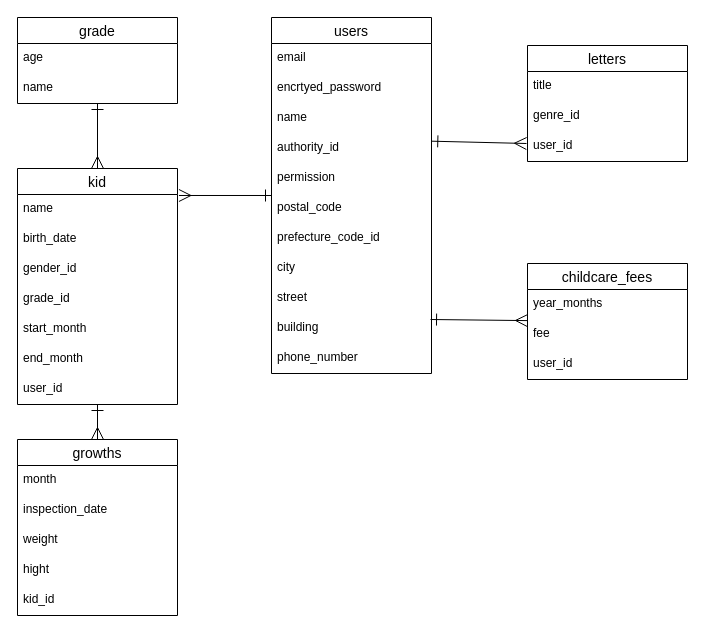
Earlier version of the draw.io diagram ER.dio (moe20200404/tsumiki-note). Source tidied: cells renumbered, new cells numbered last; positions are measured from the earlier drawing's top-left corner, leaving out a move shared by most shapes. Both pictures are drawn from the tidied source at 100%, with x=0, y=0 at pixel (17, 17).
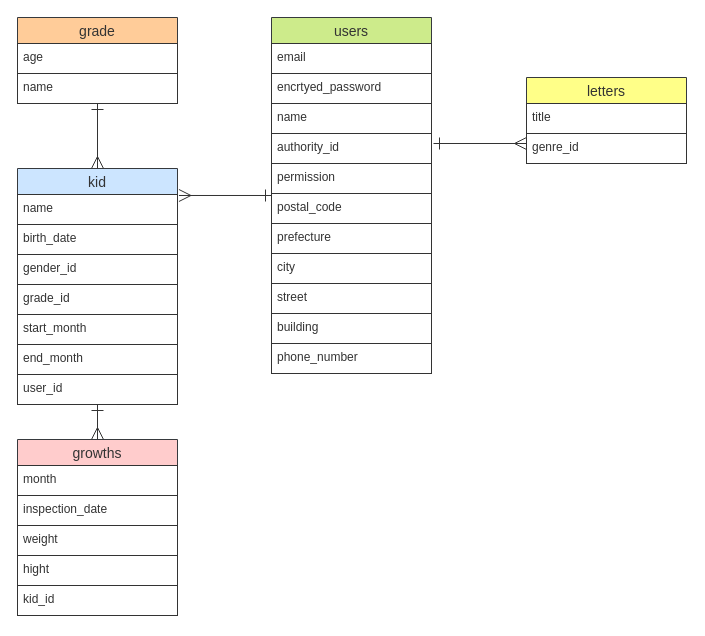
The same diagram, later.

Diff of the diagram source:
```diff
@@
-<mxGraphModel>
+<mxGraphModel background="#ffffff">
@@
-    <mxCell id="2" value="users" style="swimlane;fontStyle=0;horizontal=1;startSize=26;align=center;fontSize=14;" parent="1" vertex="1">
+    <mxCell id="2" value="users" style="swimlane;fontStyle=0;horizontal=1;startSize=26;align=center;fontSize=14;strokeColor=#36393d;fillColor=#cdeb8b;fontColor=#333333;" parent="1" vertex="1">
       <mxGeometry x="254" width="160" height="356" as="geometry" />
     </mxCell>
-    <mxCell id="3" value="email" style="text;strokeColor=none;fillColor=none;spacingLeft=4;spacingRight=4;overflow=hidden;fontSize=12;" parent="2" vertex="1">
+    <mxCell id="3" value="email" style="text;spacingLeft=4;spacingRight=4;overflow=hidden;fontSize=12;strokeColor=#333333;fontColor=#333333;" parent="2" vertex="1">
       <mxGeometry y="26" width="160" height="30" as="geometry" />
     </mxCell>
-    <mxCell id="4" value="encrtyed_password" style="text;strokeColor=none;fillColor=none;spacingLeft=4;spacingRight=4;overflow=hidden;fontSize=12;" parent="2" vertex="1">
+    <mxCell id="4" value="encrtyed_password" style="text;spacingLeft=4;spacingRight=4;overflow=hidden;fontSize=12;strokeColor=#333333;fontColor=#333333;" parent="2" vertex="1">
       <mxGeometry y="56" width="160" height="30" as="geometry" />
     </mxCell>
-    <mxCell id="5" value="name" style="text;strokeColor=none;fillColor=none;spacingLeft=4;spacingRight=4;overflow=hidden;fontSize=12;" parent="2" vertex="1">
+    <mxCell id="5" value="name" style="text;spacingLeft=4;spacingRight=4;overflow=hidden;fontSize=12;strokeColor=#333333;fontColor=#333333;" parent="2" vertex="1">
       <mxGeometry y="86" width="160" height="30" as="geometry" />
     </mxCell>
-    <mxCell id="6" value="authority_id" style="text;strokeColor=none;fillColor=none;spacingLeft=4;spacingRight=4;overflow=hidden;fontSize=12;" parent="2" vertex="1">
+    <mxCell id="6" value="authority_id" style="text;spacingLeft=4;spacingRight=4;overflow=hidden;fontSize=12;strokeColor=#333333;fontColor=#333333;" parent="2" vertex="1">
       <mxGeometry y="116" width="160" height="30" as="geometry" />
     </mxCell>
-    <mxCell id="7" value="permission" style="text;strokeColor=none;fillColor=none;spacingLeft=4;spacingRight=4;overflow=hidden;fontSize=12;" parent="2" vertex="1">
+    <mxCell id="7" value="permission" style="text;spacingLeft=4;spacingRight=4;overflow=hidden;fontSize=12;strokeColor=#333333;fontColor=#333333;" parent="2" vertex="1">
       <mxGeometry y="146" width="160" height="30" as="geometry" />
     </mxCell>
-    <mxCell id="8" value="postal_code" style="text;strokeColor=none;fillColor=none;spacingLeft=4;spacingRight=4;overflow=hidden;points=[[0,0.5],[1,0.5]];portConstraint=eastwest;fontSize=12;" parent="2" vertex="1">
+    <mxCell id="8" value="postal_code" style="text;spacingLeft=4;spacingRight=4;overflow=hidden;points=[[0,0.5],[1,0.5]];portConstraint=eastwest;fontSize=12;strokeColor=#333333;fontColor=#333333;" parent="2" vertex="1">
       <mxGeometry y="176" width="160" height="30" as="geometry" />
     </mxCell>
-    <mxCell id="9" value="prefecture_code_id" style="text;strokeColor=none;fillColor=none;spacingLeft=4;spacingRight=4;overflow=hidden;fontSize=12;" parent="2" vertex="1">
+    <mxCell id="9" value="prefecture" style="text;spacingLeft=4;spacingRight=4;overflow=hidden;fontSize=12;strokeColor=#333333;fontColor=#333333;" parent="2" vertex="1">
       <mxGeometry y="206" width="160" height="30" as="geometry" />
     </mxCell>
-    <mxCell id="10" value="city" style="text;strokeColor=none;fillColor=none;spacingLeft=4;spacingRight=4;overflow=hidden;fontSize=12;" parent="2" vertex="1">
+    <mxCell id="10" value="city" style="text;spacingLeft=4;spacingRight=4;overflow=hidden;fontSize=12;strokeColor=#333333;fontColor=#333333;" parent="2" vertex="1">
       <mxGeometry y="236" width="160" height="30" as="geometry" />
     </mxCell>
-    <mxCell id="11" value="street" style="text;strokeColor=none;fillColor=none;spacingLeft=4;spacingRight=4;overflow=hidden;fontSize=12;" parent="2" vertex="1">
+    <mxCell id="11" value="street" style="text;spacingLeft=4;spacingRight=4;overflow=hidden;fontSize=12;strokeColor=#333333;fontColor=#333333;" parent="2" vertex="1">
       <mxGeometry y="266" width="160" height="30" as="geometry" />
     </mxCell>
-    <mxCell id="12" value="building" style="text;strokeColor=none;fillColor=none;spacingLeft=4;spacingRight=4;overflow=hidden;points=[[0,0.5],[1,0.5]];portConstraint=eastwest;fontSize=12;" parent="2" vertex="1">
+    <mxCell id="12" value="building" style="text;spacingLeft=4;spacingRight=4;overflow=hidden;points=[[0,0.5],[1,0.5]];portConstraint=eastwest;fontSize=12;strokeColor=#333333;fontColor=#333333;" parent="2" vertex="1">
       <mxGeometry y="296" width="160" height="30" as="geometry" />
     </mxCell>
-    <mxCell id="13" value="phone_number" style="text;strokeColor=none;fillColor=none;spacingLeft=4;spacingRight=4;overflow=hidden;fontSize=12;" parent="2" vertex="1">
+    <mxCell id="13" value="phone_number" style="text;spacingLeft=4;spacingRight=4;overflow=hidden;fontSize=12;strokeColor=#333333;fontColor=#333333;" parent="2" vertex="1">
       <mxGeometry y="326" width="160" height="30" as="geometry" />
     </mxCell>
-    <mxCell id="14" style="endArrow=ERmany;html=1;rounded=0;startArrow=ERone;startFill=0;endFill=0;endSize=10;startSize=10;exitX=1;exitY=0.5;exitDx=0;exitDy=0;" parent="2" edge="1" source="8" target="2">
+    <mxCell id="14" style="endArrow=ERmany;html=1;rounded=0;startArrow=ERone;startFill=0;endFill=0;endSize=10;startSize=10;exitX=1;exitY=0.5;exitDx=0;exitDy=0;strokeColor=#333333;fontColor=#333333;" parent="2" edge="1" source="8" target="2">
       <mxGeometry relative="1" as="geometry" />
     </mxCell>
-    <mxCell id="15" value="&lt;br&gt;" style="text;html=1;align=center;verticalAlign=middle;strokeColor=none;fillColor=none;" parent="1" vertex="1">
-      <mxGeometry x="420" y="355" width="20" height="20" as="geometry" />
-    </mxCell>
-    <mxCell id="16" value="letters" style="swimlane;fontStyle=0;horizontal=1;startSize=26;align=center;fontSize=14;" parent="1" vertex="1">
-      <mxGeometry x="510" y="28" width="160" height="116" as="geometry" />
+    <mxCell id="16" value="letters" style="swimlane;fontStyle=0;horizontal=1;startSize=26;align=center;fontSize=14;strokeColor=#36393d;fillColor=#ffff88;labelBackgroundColor=none;fontColor=#333333;" parent="1" vertex="1">
+      <mxGeometry x="509" y="60" width="160" height="86" as="geometry" />
     </mxCell>
-    <mxCell id="17" value="title" style="text;strokeColor=none;fillColor=none;spacingLeft=4;spacingRight=4;overflow=hidden;fontSize=12;" parent="16" vertex="1">
+    <mxCell id="17" value="title" style="text;spacingLeft=4;spacingRight=4;overflow=hidden;fontSize=12;strokeColor=#333333;fontColor=#333333;" parent="16" vertex="1">
       <mxGeometry y="26" width="160" height="30" as="geometry" />
     </mxCell>
-    <mxCell id="18" value="genre_id" style="text;strokeColor=none;fillColor=none;spacingLeft=4;spacingRight=4;overflow=hidden;fontSize=12;" parent="16" vertex="1">
+    <mxCell id="18" value="genre_id" style="text;spacingLeft=4;spacingRight=4;overflow=hidden;fontSize=12;strokeColor=#333333;fontColor=#333333;" parent="16" vertex="1">
       <mxGeometry y="56" width="160" height="30" as="geometry" />
     </mxCell>
-    <mxCell id="19" value="user_id" style="text;strokeColor=none;fillColor=none;spacingLeft=4;spacingRight=4;overflow=hidden;fontSize=12;" parent="16" vertex="1">
-      <mxGeometry y="86" width="160" height="30" as="geometry" />
-    </mxCell>
-    <mxCell id="20" value="kid" style="swimlane;fontStyle=0;horizontal=1;startSize=26;align=center;fontSize=14;" parent="1" vertex="1">
+    <mxCell id="20" value="kid" style="swimlane;fontStyle=0;horizontal=1;startSize=26;align=center;fontSize=14;strokeColor=#36393d;fillColor=#cce5ff;fontColor=#333333;" parent="1" vertex="1">
       <mxGeometry y="151" width="160" height="236" as="geometry" />
     </mxCell>
-    <mxCell id="21" value="name" style="text;strokeColor=none;fillColor=none;spacingLeft=4;spacingRight=4;overflow=hidden;points=[[0,0.5],[1,0.5]];portConstraint=eastwest;fontSize=12;" parent="20" vertex="1">
+    <mxCell id="21" value="name" style="text;spacingLeft=4;spacingRight=4;overflow=hidden;points=[[0,0.5],[1,0.5]];portConstraint=eastwest;fontSize=12;strokeColor=#333333;fontColor=#333333;" parent="20" vertex="1">
       <mxGeometry y="26" width="160" height="30" as="geometry" />
     </mxCell>
-    <mxCell id="22" value="birth_date" style="text;strokeColor=none;fillColor=none;spacingLeft=4;spacingRight=4;overflow=hidden;fontSize=12;" parent="20" vertex="1">
+    <mxCell id="22" value="birth_date" style="text;spacingLeft=4;spacingRight=4;overflow=hidden;fontSize=12;strokeColor=#333333;fontColor=#333333;" parent="20" vertex="1">
       <mxGeometry y="56" width="160" height="30" as="geometry" />
     </mxCell>
-    <mxCell id="23" value="gender_id" style="text;strokeColor=none;fillColor=none;spacingLeft=4;spacingRight=4;overflow=hidden;fontSize=12;" parent="20" vertex="1">
+    <mxCell id="23" value="gender_id" style="text;spacingLeft=4;spacingRight=4;overflow=hidden;fontSize=12;strokeColor=#333333;fontColor=#333333;" parent="20" vertex="1">
       <mxGeometry y="86" width="160" height="30" as="geometry" />
     </mxCell>
-    <mxCell id="24" value="grade_id" style="text;strokeColor=none;fillColor=none;spacingLeft=4;spacingRight=4;overflow=hidden;fontSize=12;" parent="20" vertex="1">
+    <mxCell id="24" value="grade_id" style="text;spacingLeft=4;spacingRight=4;overflow=hidden;fontSize=12;strokeColor=#333333;fontColor=#333333;" parent="20" vertex="1">
       <mxGeometry y="116" width="160" height="30" as="geometry" />
     </mxCell>
-    <mxCell id="25" value="start_month" style="text;strokeColor=none;fillColor=none;spacingLeft=4;spacingRight=4;overflow=hidden;fontSize=12;" parent="20" vertex="1">
+    <mxCell id="25" value="start_month" style="text;spacingLeft=4;spacingRight=4;overflow=hidden;fontSize=12;strokeColor=#333333;fontColor=#333333;" parent="20" vertex="1">
       <mxGeometry y="146" width="160" height="30" as="geometry" />
     </mxCell>
-    <mxCell id="26" value="end_month" style="text;strokeColor=none;fillColor=none;spacingLeft=4;spacingRight=4;overflow=hidden;fontSize=12;" parent="20" vertex="1">
+    <mxCell id="26" value="end_month" style="text;spacingLeft=4;spacingRight=4;overflow=hidden;fontSize=12;strokeColor=#333333;fontColor=#333333;" parent="20" vertex="1">
       <mxGeometry y="176" width="160" height="30" as="geometry" />
     </mxCell>
-    <mxCell id="27" value="user_id" style="text;strokeColor=none;fillColor=none;spacingLeft=4;spacingRight=4;overflow=hidden;fontSize=12;" parent="20" vertex="1">
+    <mxCell id="27" value="user_id" style="text;spacingLeft=4;spacingRight=4;overflow=hidden;fontSize=12;strokeColor=#333333;fontColor=#333333;" parent="20" vertex="1">
       <mxGeometry y="206" width="160" height="30" as="geometry" />
     </mxCell>
-    <mxCell id="28" value="growths" style="swimlane;fontStyle=0;horizontal=1;startSize=26;align=center;fontSize=14;" parent="1" vertex="1">
+    <mxCell id="28" value="growths" style="swimlane;fontStyle=0;horizontal=1;startSize=26;align=center;fontSize=14;strokeColor=#36393d;fillColor=#ffcccc;fontColor=#333333;" parent="1" vertex="1">
       <mxGeometry y="422" width="160" height="176" as="geometry" />
     </mxCell>
-    <mxCell id="29" value="month" style="text;strokeColor=none;fillColor=none;spacingLeft=4;spacingRight=4;overflow=hidden;fontSize=12;" parent="28" vertex="1">
+    <mxCell id="29" value="month" style="text;spacingLeft=4;spacingRight=4;overflow=hidden;fontSize=12;strokeColor=#333333;fontColor=#333333;" parent="28" vertex="1">
       <mxGeometry y="26" width="160" height="30" as="geometry" />
     </mxCell>
-    <mxCell id="30" value="inspection_date" style="text;strokeColor=none;fillColor=none;spacingLeft=4;spacingRight=4;overflow=hidden;fontSize=12;" parent="28" vertex="1">
+    <mxCell id="30" value="inspection_date" style="text;spacingLeft=4;spacingRight=4;overflow=hidden;fontSize=12;strokeColor=#333333;fontColor=#333333;" parent="28" vertex="1">
       <mxGeometry y="56" width="160" height="30" as="geometry" />
     </mxCell>
-    <mxCell id="31" value="weight" style="text;strokeColor=none;fillColor=none;spacingLeft=4;spacingRight=4;overflow=hidden;fontSize=12;" parent="28" vertex="1">
+    <mxCell id="31" value="weight" style="text;spacingLeft=4;spacingRight=4;overflow=hidden;fontSize=12;strokeColor=#333333;fontColor=#333333;" parent="28" vertex="1">
       <mxGeometry y="86" width="160" height="30" as="geometry" />
     </mxCell>
-    <mxCell id="32" value="hight" style="text;strokeColor=none;fillColor=none;spacingLeft=4;spacingRight=4;overflow=hidden;fontSize=12;" parent="28" vertex="1">
+    <mxCell id="32" value="hight" style="text;spacingLeft=4;spacingRight=4;overflow=hidden;fontSize=12;strokeColor=#333333;fontColor=#333333;" parent="28" vertex="1">
       <mxGeometry y="116" width="160" height="30" as="geometry" />
     </mxCell>
-    <mxCell id="33" value="kid_id" style="text;strokeColor=none;fillColor=none;spacingLeft=4;spacingRight=4;overflow=hidden;fontSize=12;" parent="28" vertex="1">
+    <mxCell id="33" value="kid_id" style="text;spacingLeft=4;spacingRight=4;overflow=hidden;fontSize=12;strokeColor=#333333;fontColor=#333333;" parent="28" vertex="1">
       <mxGeometry y="146" width="160" height="30" as="geometry" />
     </mxCell>
-    <mxCell id="34" value="childcare_fees" style="swimlane;fontStyle=0;horizontal=1;startSize=26;align=center;fontSize=14;" parent="1" vertex="1">
-      <mxGeometry x="510" y="246" width="160" height="116" as="geometry" />
-    </mxCell>
-    <mxCell id="35" value="year_months" style="text;strokeColor=none;fillColor=none;spacingLeft=4;spacingRight=4;overflow=hidden;fontSize=12;" parent="34" vertex="1">
-      <mxGeometry y="26" width="160" height="30" as="geometry" />
-    </mxCell>
-    <mxCell id="36" value="fee" style="text;strokeColor=none;fillColor=none;spacingLeft=4;spacingRight=4;overflow=hidden;fontSize=12;" parent="34" vertex="1">
-      <mxGeometry y="56" width="160" height="30" as="geometry" />
-    </mxCell>
-    <mxCell id="37" value="user_id" style="text;strokeColor=none;fillColor=none;spacingLeft=4;spacingRight=4;overflow=hidden;fontSize=12;" parent="34" vertex="1">
-      <mxGeometry y="86" width="160" height="30" as="geometry" />
-    </mxCell>
-    <mxCell id="38" style="endArrow=ERone;html=1;rounded=0;startArrow=ERmany;startFill=0;endSize=10;startSize=10;endFill=0;exitX=1.009;exitY=0.033;exitDx=0;exitDy=0;exitPerimeter=0;" parent="1" edge="1" source="21" target="2">
+    <mxCell id="38" style="endArrow=ERone;html=1;rounded=0;startArrow=ERmany;startFill=0;endSize=10;startSize=10;endFill=0;exitX=1.009;exitY=0.033;exitDx=0;exitDy=0;exitPerimeter=0;strokeColor=#333333;fontColor=#333333;" parent="1" edge="1" source="21" target="2">
       <mxGeometry relative="1" as="geometry" />
     </mxCell>
-    <mxCell id="39" style="endArrow=ERmany;html=1;rounded=0;endSize=10;startSize=10;startArrow=ERone;startFill=0;endFill=0;" parent="1" edge="1" source="20" target="28">
+    <mxCell id="39" style="endArrow=ERmany;html=1;rounded=0;endSize=10;startSize=10;startArrow=ERone;startFill=0;endFill=0;strokeColor=#333333;fontColor=#333333;" parent="1" edge="1" source="20" target="28">
       <mxGeometry relative="1" as="geometry" />
     </mxCell>
-    <mxCell id="40" style="endArrow=ERone;html=1;rounded=0;endSize=10;startSize=10;startArrow=ERmany;startFill=0;endFill=0;" parent="1" edge="1" source="20" target="41">
+    <mxCell id="40" style="endArrow=ERone;html=1;rounded=0;endSize=10;startSize=10;startArrow=ERmany;startFill=0;endFill=0;strokeColor=#333333;fontColor=#333333;" parent="1" edge="1" source="20" target="41">
       <mxGeometry relative="1" as="geometry" />
     </mxCell>
-    <mxCell id="41" value="grade" style="swimlane;fontStyle=0;horizontal=1;startSize=26;align=center;fontSize=14;" parent="1" vertex="1">
+    <mxCell id="41" value="grade" style="swimlane;fontStyle=0;horizontal=1;startSize=26;align=center;fontSize=14;strokeColor=#36393d;fillColor=#ffcc99;fontColor=#333333;" parent="1" vertex="1">
       <mxGeometry width="160" height="86" as="geometry" />
     </mxCell>
-    <mxCell id="42" value="age" style="text;strokeColor=none;fillColor=none;spacingLeft=4;spacingRight=4;overflow=hidden;fontSize=12;" parent="41" vertex="1">
+    <mxCell id="42" value="age" style="text;spacingLeft=4;spacingRight=4;overflow=hidden;fontSize=12;strokeColor=#333333;fontColor=#333333;" parent="41" vertex="1">
       <mxGeometry y="26" width="160" height="30" as="geometry" />
     </mxCell>
-    <mxCell id="43" value="name" style="text;strokeColor=none;fillColor=none;spacingLeft=4;spacingRight=4;overflow=hidden;fontSize=12;" parent="41" vertex="1">
+    <mxCell id="43" value="name" style="text;spacingLeft=4;spacingRight=4;overflow=hidden;fontSize=12;strokeColor=#333333;fontColor=#333333;" parent="41" vertex="1">
       <mxGeometry y="56" width="160" height="30" as="geometry" />
     </mxCell>
-    <mxCell id="44" style="endArrow=ERmany;html=1;rounded=0;exitX=1.008;exitY=0.033;exitDx=0;exitDy=0;exitPerimeter=0;entryX=0;entryY=0.5;entryDx=0;entryDy=0;endSize=10;startSize=10;startArrow=ERone;startFill=0;endFill=0;" parent="1" edge="1">
+    <mxCell id="44" style="endArrow=ERmany;html=1;rounded=0;entryX=0;entryY=0.5;entryDx=0;entryDy=0;endSize=10;startSize=10;startArrow=ERone;startFill=0;endFill=0;strokeColor=#333333;fontColor=#333333;spacing=0;" parent="1" edge="1">
       <mxGeometry relative="1" as="geometry">
-        <mxPoint x="414.3" y="123.7" as="sourcePoint" />
+        <mxPoint x="416" y="126" as="sourcePoint" />
         <mxPoint x="509" y="126" as="targetPoint" />
       </mxGeometry>
     </mxCell>
-    <mxCell id="45" style="edgeStyle=none;html=1;startArrow=ERone;startFill=0;endArrow=ERmany;endFill=0;startSize=10;endSize=10;exitX=0.994;exitY=0.2;exitDx=0;exitDy=0;exitPerimeter=0;" parent="1" edge="1" source="12" target="34">
-      <mxGeometry relative="1" as="geometry" />
-    </mxCell>
```
